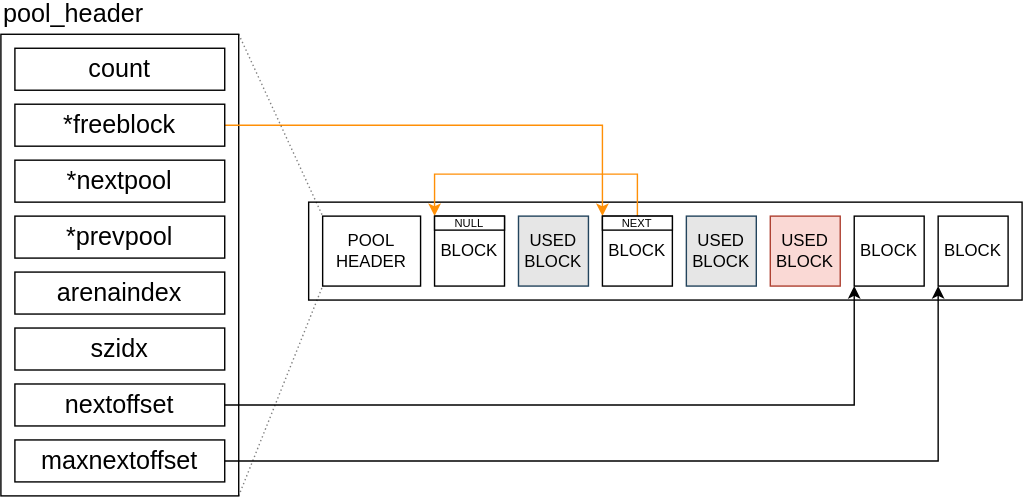
The draw.io diagram source/_posts/cpython-memory-management/graph-pool_mid_state_alloc.svg in huangsunyang/huangsunyang.github.io, before a commit. Source tidied: cells renumbered, new cells last; positions are measured from the earlier drawing's top-left corner, leaving out a move shared by most shapes.
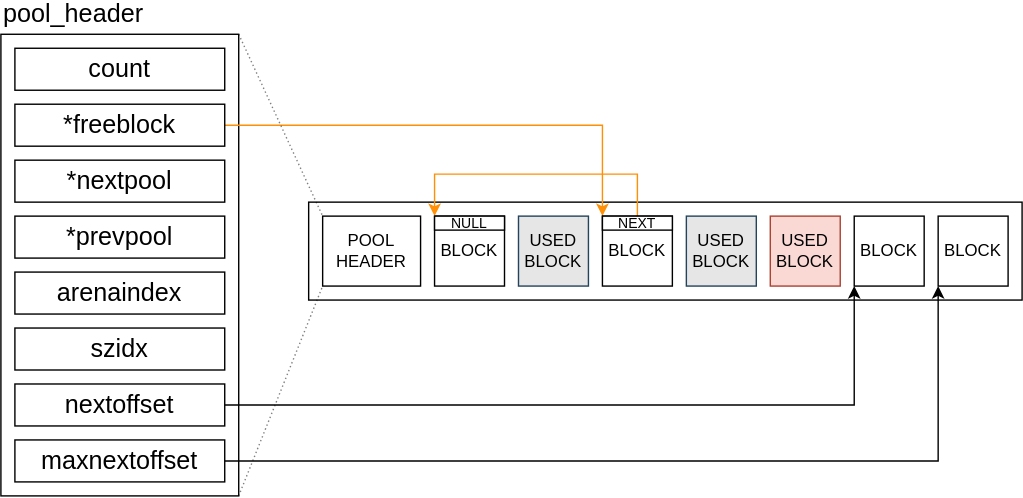
Later version of the same file.

The edit, as a diff of the source:
```diff
@@ -76,10 +76,10 @@
     <mxCell id="24" value="USED&lt;br&gt;BLOCK" style="whiteSpace=wrap;html=1;fontSize=12;fontStyle=0;fillColor=#E6E6E6;strokeColor=#23445d;" parent="1" vertex="1">
       <mxGeometry x="490" y="130" width="50" height="50" as="geometry" />
     </mxCell>
-    <mxCell id="25" value="NEXT" style="rounded=0;whiteSpace=wrap;html=1;fontSize=8;align=center;" parent="1" vertex="1">
+    <mxCell id="25" value="NEXT" style="rounded=0;whiteSpace=wrap;html=1;fontSize=10;align=center;" parent="1" vertex="1">
       <mxGeometry x="430" y="130" width="50" height="10" as="geometry" />
     </mxCell>
-    <mxCell id="26" value="NULL" style="rounded=0;whiteSpace=wrap;html=1;fontSize=8;align=center;" parent="1" vertex="1">
+    <mxCell id="26" value="NULL" style="rounded=0;whiteSpace=wrap;html=1;fontSize=10;align=center;" parent="1" vertex="1">
       <mxGeometry x="310" y="130" width="50" height="10" as="geometry" />
     </mxCell>
     <mxCell id="27" value="USED&lt;br&gt;BLOCK" style="whiteSpace=wrap;html=1;fontSize=12;fontStyle=0;fillColor=#fad9d5;strokeColor=#ae4132;" parent="1" vertex="1">
```
